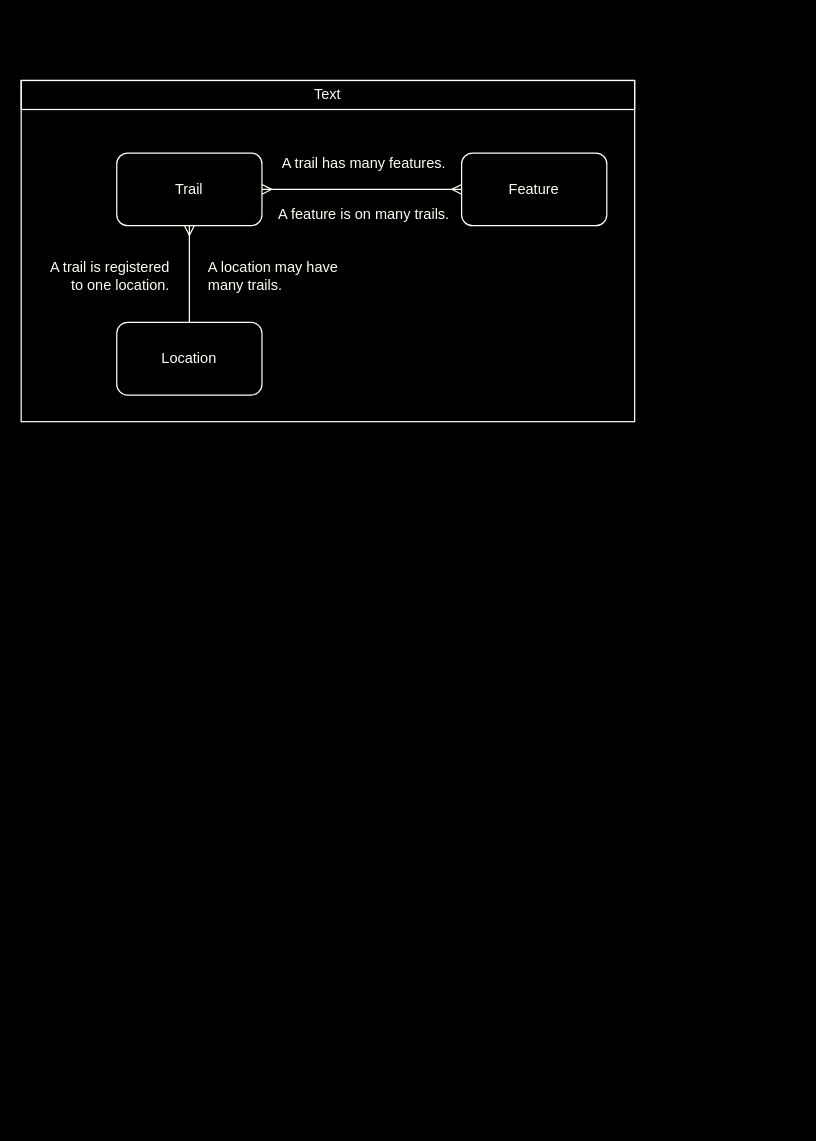
The draw.io diagram ERD Diagram/Partial ERD.drawio in jensenhill/CW1-COMP2001-JensenHill, before the edit. Source tidied: cells renumbered, new cells numbered last; positions are measured from the earlier drawing's top-left corner, leaving out a move shared by most shapes. Both pictures are drawn from the tidied source at 121%, with x=0, y=0 at pixel (21, 80).
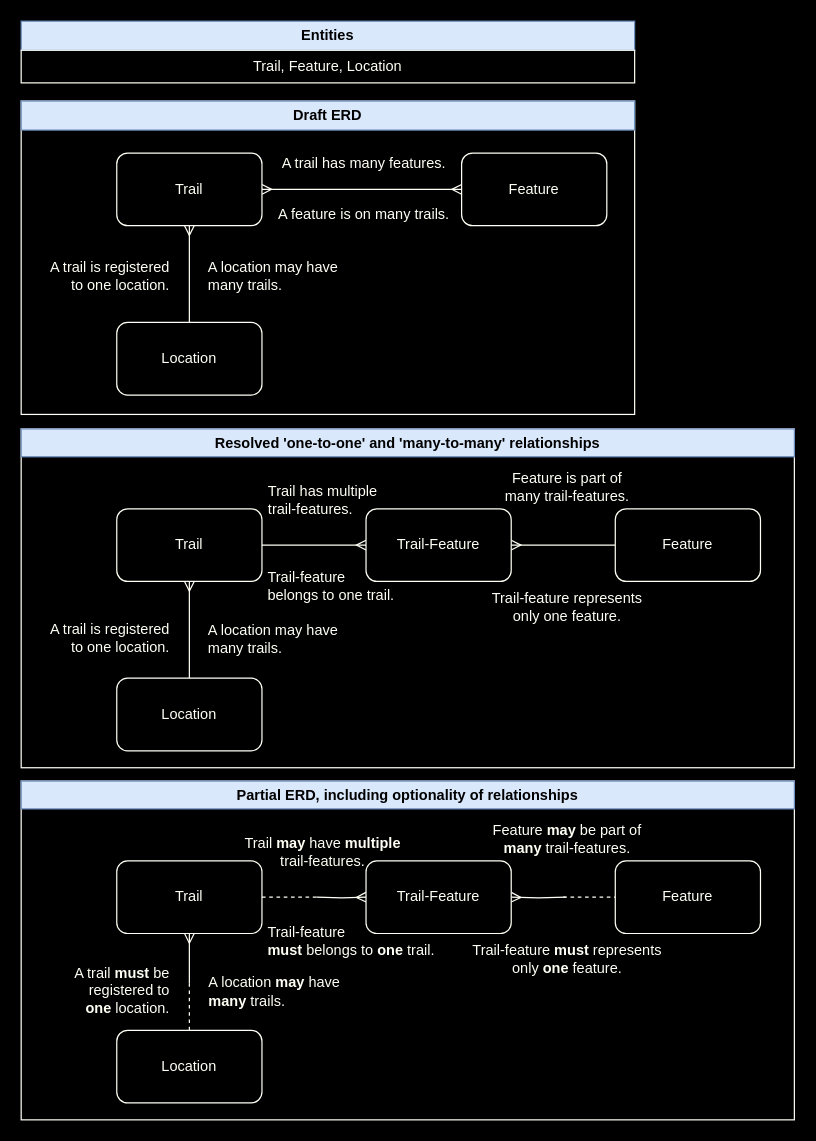
The same diagram, later.

What changed in the source:
```diff
@@
+    <mxCell id="13" style="rounded=0;whiteSpace=wrap;html=1;fillColor=none;strokeColor=#FFFFF5;" parent="1" vertex="1">
+      <mxGeometry y="288" width="639" height="280" as="geometry" />
+    </mxCell>
@@
     <mxCell id="11" style="rounded=0;whiteSpace=wrap;html=1;fillColor=none;strokeColor=#FFFFF5;" parent="1" vertex="1">
-      <mxGeometry width="507" height="282" as="geometry" />
+      <mxGeometry y="17" width="507" height="259" as="geometry" />
     </mxCell>
-    <mxCell id="12" value="Text" style="rounded=0;whiteSpace=wrap;html=1;fillColor=none;strokeColor=#FFFFF5;fontColor=#FFFFF5;" parent="1" vertex="1">
-      <mxGeometry width="507" height="24" as="geometry" />
+    <mxCell id="12" value="&lt;b&gt;Draft ERD&lt;/b&gt;" style="rounded=0;whiteSpace=wrap;html=1;fillColor=#dae8fc;strokeColor=#6c8ebf;" parent="1" vertex="1">
+      <mxGeometry y="17" width="507" height="24" as="geometry" />
     </mxCell>
+    <mxCell id="14" value="&lt;b&gt;Entities&lt;/b&gt;" style="rounded=0;whiteSpace=wrap;html=1;fillColor=#dae8fc;strokeColor=#6c8ebf;" parent="1" vertex="1">
+      <mxGeometry y="-49" width="507" height="24" as="geometry" />
+    </mxCell>
+    <mxCell id="15" value="&lt;font color=&quot;#fffff5&quot;&gt;Trail, Feature, Location&lt;/font&gt;" style="rounded=0;whiteSpace=wrap;html=1;fillColor=none;strokeColor=#FFFFF5;" parent="1" vertex="1">
+      <mxGeometry y="-25" width="507" height="27" as="geometry" />
+    </mxCell>
+    <mxCell id="16" style="edgeStyle=orthogonalEdgeStyle;rounded=0;jettySize=auto;html=1;entryX=0.5;entryY=0;entryDx=0;entryDy=0;startArrow=ERmany;startFill=0;endArrow=none;endFill=0;strokeColor=#FFFFF5;" parent="1" edge="1" source="18" target="21">
+      <mxGeometry relative="1" as="geometry" />
+    </mxCell>
+    <mxCell id="17" style="edgeStyle=orthogonalEdgeStyle;rounded=0;jettySize=auto;html=1;entryX=0;entryY=0.5;entryDx=0;entryDy=0;strokeColor=#FFFFF5;endArrow=ERmany;endFill=0;" parent="1" edge="1" source="18" target="27">
+      <mxGeometry relative="1" as="geometry" />
+    </mxCell>
+    <mxCell id="18" value="Trail" style="rounded=1;whiteSpace=wrap;html=1;strokeColor=#FFFFF5;fillColor=#000000;fontColor=#FFFFF5;" parent="1" vertex="1">
+      <mxGeometry x="79" y="354" width="120" height="60" as="geometry" />
+    </mxCell>
+    <mxCell id="19" style="edgeStyle=orthogonalEdgeStyle;rounded=0;jettySize=auto;html=1;entryX=1;entryY=0.5;entryDx=0;entryDy=0;strokeColor=#FFFFF5;endArrow=ERmany;endFill=0;" parent="1" edge="1" source="20" target="27">
+      <mxGeometry relative="1" as="geometry" />
+    </mxCell>
+    <mxCell id="20" value="&lt;div&gt;Feature&lt;/div&gt;" style="rounded=1;whiteSpace=wrap;html=1;strokeColor=#FFFFF5;fillColor=#000000;fontColor=#FFFFF5;" parent="1" vertex="1">
+      <mxGeometry x="491" y="354" width="120" height="60" as="geometry" />
+    </mxCell>
+    <mxCell id="21" value="Location" style="rounded=1;whiteSpace=wrap;html=1;strokeColor=#FFFFF5;fillColor=#000000;fontColor=#FFFFF5;" parent="1" vertex="1">
+      <mxGeometry x="79" y="494" width="120" height="60" as="geometry" />
+    </mxCell>
+    <mxCell id="22" value="&lt;font color=&quot;#fffff5&quot;&gt;Trail has multiple&lt;br&gt;&lt;/font&gt;&lt;div align=&quot;left&quot;&gt;&lt;font color=&quot;#fffff5&quot;&gt;trail-features.&lt;/font&gt;&lt;br&gt;&lt;/div&gt;" style="text;html=1;align=center;verticalAlign=middle;strokeColor=none;fillColor=none;" parent="1" vertex="1">
+      <mxGeometry x="192" y="326" width="113" height="41" as="geometry" />
+    </mxCell>
+    <mxCell id="23" value="&lt;font color=&quot;#fffff5&quot;&gt;Feature is part of&lt;br&gt;many trail-features.&lt;/font&gt;" style="text;html=1;align=center;verticalAlign=middle;strokeColor=none;fillColor=none;" parent="1" vertex="1">
+      <mxGeometry x="389" y="315" width="123" height="41" as="geometry" />
+    </mxCell>
+    <mxCell id="24" value="&lt;font color=&quot;#fffff5&quot;&gt;A trail is registered&lt;br&gt;to one &lt;/font&gt;&lt;font color=&quot;#fffff5&quot;&gt;location.&lt;/font&gt;" style="text;html=1;align=right;verticalAlign=middle;strokeColor=none;fillColor=none;" parent="1" vertex="1">
+      <mxGeometry x="4" y="440" width="120" height="41" as="geometry" />
+    </mxCell>
+    <mxCell id="25" value="&lt;font color=&quot;#fffff5&quot;&gt;A location may have&lt;br&gt;&lt;/font&gt;&lt;div align=&quot;left&quot;&gt;&lt;font color=&quot;#fffff5&quot;&gt;many trails.&lt;/font&gt;&lt;br&gt;&lt;/div&gt;" style="text;html=1;align=center;verticalAlign=middle;strokeColor=none;fillColor=none;" parent="1" vertex="1">
+      <mxGeometry x="145" y="441" width="126" height="41" as="geometry" />
+    </mxCell>
+    <mxCell id="26" value="&lt;b&gt;Resolved 'one-to-one' and 'many-to-many' relationships&lt;br&gt;&lt;/b&gt;" style="rounded=0;whiteSpace=wrap;html=1;fillColor=#dae8fc;strokeColor=#6c8ebf;" parent="1" vertex="1">
+      <mxGeometry y="288" width="639" height="23" as="geometry" />
+    </mxCell>
+    <mxCell id="27" value="Trail-Feature" style="rounded=1;whiteSpace=wrap;html=1;strokeColor=#FFFFF5;fillColor=#000000;fontColor=#FFFFF5;" parent="1" vertex="1">
+      <mxGeometry x="285" y="354" width="120" height="60" as="geometry" />
+    </mxCell>
+    <mxCell id="28" value="&lt;div align=&quot;left&quot;&gt;&lt;font color=&quot;#fffff5&quot;&gt;Trail-feature&lt;/font&gt;&lt;br&gt;&lt;/div&gt;&lt;div align=&quot;left&quot;&gt;&lt;font color=&quot;#fffff5&quot;&gt;belongs to one trail.&lt;/font&gt;&lt;br&gt;&lt;/div&gt;" style="text;html=1;align=left;verticalAlign=middle;strokeColor=none;fillColor=none;" parent="1" vertex="1">
+      <mxGeometry x="202" y="397" width="126" height="41" as="geometry" />
+    </mxCell>
+    <mxCell id="29" value="&lt;font color=&quot;#fffff5&quot;&gt;Trail-feature represents&lt;br&gt;only one feature.&lt;/font&gt;" style="text;html=1;align=center;verticalAlign=middle;strokeColor=none;fillColor=none;" parent="1" vertex="1">
+      <mxGeometry x="377" y="414" width="147" height="41" as="geometry" />
+    </mxCell>
+    <mxCell id="30" style="rounded=0;whiteSpace=wrap;html=1;fillColor=none;strokeColor=#FFFFF5;" parent="1" vertex="1">
+      <mxGeometry y="579" width="639" height="280" as="geometry" />
+    </mxCell>
+    <mxCell id="31" style="edgeStyle=orthogonalEdgeStyle;rounded=0;jettySize=auto;html=1;startArrow=ERmany;startFill=0;endArrow=none;endFill=0;strokeColor=#FFFFF5;" parent="1" edge="1" source="33">
+      <mxGeometry relative="1" as="geometry">
+        <mxPoint x="139" y="746" as="targetPoint" />
+      </mxGeometry>
+    </mxCell>
+    <mxCell id="32" style="edgeStyle=orthogonalEdgeStyle;rounded=0;jettySize=auto;html=1;entryX=0;entryY=0.5;entryDx=0;entryDy=0;endArrow=ERmany;endFill=0;strokeColor=#FFFFF5;" parent="1" edge="1" target="42">
+      <mxGeometry relative="1" as="geometry">
+        <mxPoint x="244" y="675" as="sourcePoint" />
+      </mxGeometry>
+    </mxCell>
+    <mxCell id="33" value="Trail" style="rounded=1;whiteSpace=wrap;html=1;strokeColor=#FFFFF5;fillColor=#000000;fontColor=#FFFFF5;" parent="1" vertex="1">
+      <mxGeometry x="79" y="645" width="120" height="60" as="geometry" />
+    </mxCell>
+    <mxCell id="34" style="edgeStyle=orthogonalEdgeStyle;rounded=0;jettySize=auto;html=1;entryX=1;entryY=0.5;entryDx=0;entryDy=0;strokeColor=#FFFFF5;endArrow=ERmany;endFill=0;" parent="1" edge="1" target="42">
+      <mxGeometry relative="1" as="geometry">
+        <mxPoint x="450" y="675" as="sourcePoint" />
+      </mxGeometry>
+    </mxCell>
+    <mxCell id="35" value="&lt;div&gt;Feature&lt;/div&gt;" style="rounded=1;whiteSpace=wrap;html=1;strokeColor=#FFFFF5;fillColor=#000000;fontColor=#FFFFF5;" parent="1" vertex="1">
+      <mxGeometry x="491" y="645" width="120" height="60" as="geometry" />
+    </mxCell>
+    <mxCell id="36" value="Location" style="rounded=1;whiteSpace=wrap;html=1;strokeColor=#FFFFF5;fillColor=#000000;fontColor=#FFFFF5;" parent="1" vertex="1">
+      <mxGeometry x="79" y="785" width="120" height="60" as="geometry" />
+    </mxCell>
+    <mxCell id="37" value="&lt;font color=&quot;#fffff5&quot;&gt;Trail &lt;b&gt;may &lt;/b&gt;have &lt;b&gt;multiple&lt;br&gt;&lt;/b&gt;&lt;/font&gt;&lt;div&gt;&lt;font color=&quot;#fffff5&quot;&gt;trail-features.&lt;/font&gt;&lt;br&gt;&lt;/div&gt;" style="text;html=1;align=center;verticalAlign=middle;strokeColor=none;fillColor=none;" parent="1" vertex="1">
+      <mxGeometry x="176" y="617" width="146" height="41" as="geometry" />
+    </mxCell>
+    <mxCell id="38" value="&lt;font color=&quot;#fffff5&quot;&gt;Feature &lt;b&gt;may &lt;/b&gt;be part of&lt;br&gt;&lt;b&gt;many &lt;/b&gt;trail-features.&lt;/font&gt;" style="text;html=1;align=center;verticalAlign=middle;strokeColor=none;fillColor=none;" parent="1" vertex="1">
+      <mxGeometry x="380" y="606" width="141" height="41" as="geometry" />
+    </mxCell>
+    <mxCell id="39" value="&lt;font color=&quot;#fffff5&quot;&gt;A trail &lt;b&gt;must &lt;/b&gt;be&lt;br&gt;registered to&lt;br&gt;&lt;b&gt;one &lt;/b&gt;&lt;/font&gt;&lt;font color=&quot;#fffff5&quot;&gt;location.&lt;/font&gt;" style="text;html=1;align=right;verticalAlign=middle;strokeColor=none;fillColor=none;" parent="1" vertex="1">
+      <mxGeometry x="27" y="724" width="97" height="55" as="geometry" />
+    </mxCell>
+    <mxCell id="40" value="&lt;font color=&quot;#fffff5&quot;&gt;A location &lt;b&gt;may &lt;/b&gt;have&lt;br&gt;&lt;/font&gt;&lt;div align=&quot;left&quot;&gt;&lt;font color=&quot;#fffff5&quot;&gt;&lt;b&gt;many &lt;/b&gt;trails.&lt;/font&gt;&lt;br&gt;&lt;/div&gt;" style="text;html=1;align=center;verticalAlign=middle;strokeColor=none;fillColor=none;" parent="1" vertex="1">
+      <mxGeometry x="145" y="732" width="127" height="41" as="geometry" />
+    </mxCell>
+    <mxCell id="41" value="&lt;b&gt;Partial ERD, including optionality of relationships&lt;br&gt;&lt;/b&gt;" style="rounded=0;whiteSpace=wrap;html=1;fillColor=#dae8fc;strokeColor=#6c8ebf;" parent="1" vertex="1">
+      <mxGeometry y="579" width="639" height="23" as="geometry" />
+    </mxCell>
+    <mxCell id="42" value="Trail-Feature" style="rounded=1;whiteSpace=wrap;html=1;strokeColor=#FFFFF5;fillColor=#000000;fontColor=#FFFFF5;" parent="1" vertex="1">
+      <mxGeometry x="285" y="645" width="120" height="60" as="geometry" />
+    </mxCell>
+    <mxCell id="43" value="&lt;div align=&quot;left&quot;&gt;&lt;font color=&quot;#fffff5&quot;&gt;Trail-feature&lt;/font&gt;&lt;br&gt;&lt;/div&gt;&lt;div align=&quot;left&quot;&gt;&lt;font color=&quot;#fffff5&quot;&gt;&lt;b&gt;must &lt;/b&gt;belongs to &lt;b&gt;one &lt;/b&gt;trail.&lt;/font&gt;&lt;br&gt;&lt;/div&gt;" style="text;html=1;align=left;verticalAlign=middle;strokeColor=none;fillColor=none;" parent="1" vertex="1">
+      <mxGeometry x="202" y="690" width="158" height="41" as="geometry" />
+    </mxCell>
+    <mxCell id="44" value="&lt;font color=&quot;#fffff5&quot;&gt;Trail-feature &lt;b&gt;must &lt;/b&gt;represents&lt;br&gt;only &lt;b&gt;one &lt;/b&gt;feature.&lt;/font&gt;" style="text;html=1;align=center;verticalAlign=middle;strokeColor=none;fillColor=none;" parent="1" vertex="1">
+      <mxGeometry x="361" y="705" width="179" height="41" as="geometry" />
+    </mxCell>
+    <mxCell id="45" style="endArrow=none;dashed=1;html=1;rounded=0;strokeColor=#FFFFF5;entryX=1;entryY=0.5;entryDx=0;entryDy=0;" parent="1" edge="1" target="33">
+      <mxGeometry relative="1" as="geometry">
+        <mxPoint x="244" y="675" as="sourcePoint" />
+      </mxGeometry>
+    </mxCell>
+    <mxCell id="46" style="endArrow=none;dashed=1;html=1;rounded=0;strokeColor=#FFFFF5;entryX=0;entryY=0.5;entryDx=0;entryDy=0;" parent="1" edge="1" target="35">
+      <mxGeometry relative="1" as="geometry">
+        <mxPoint x="448" y="675" as="sourcePoint" />
+      </mxGeometry>
+    </mxCell>
+    <mxCell id="47" style="endArrow=none;dashed=1;html=1;rounded=0;strokeColor=#FFFFF5;exitX=0.5;exitY=0;exitDx=0;exitDy=0;" parent="1" edge="1" source="36">
+      <mxGeometry relative="1" as="geometry">
+        <mxPoint x="139" y="746" as="targetPoint" />
+      </mxGeometry>
+    </mxCell>
```
